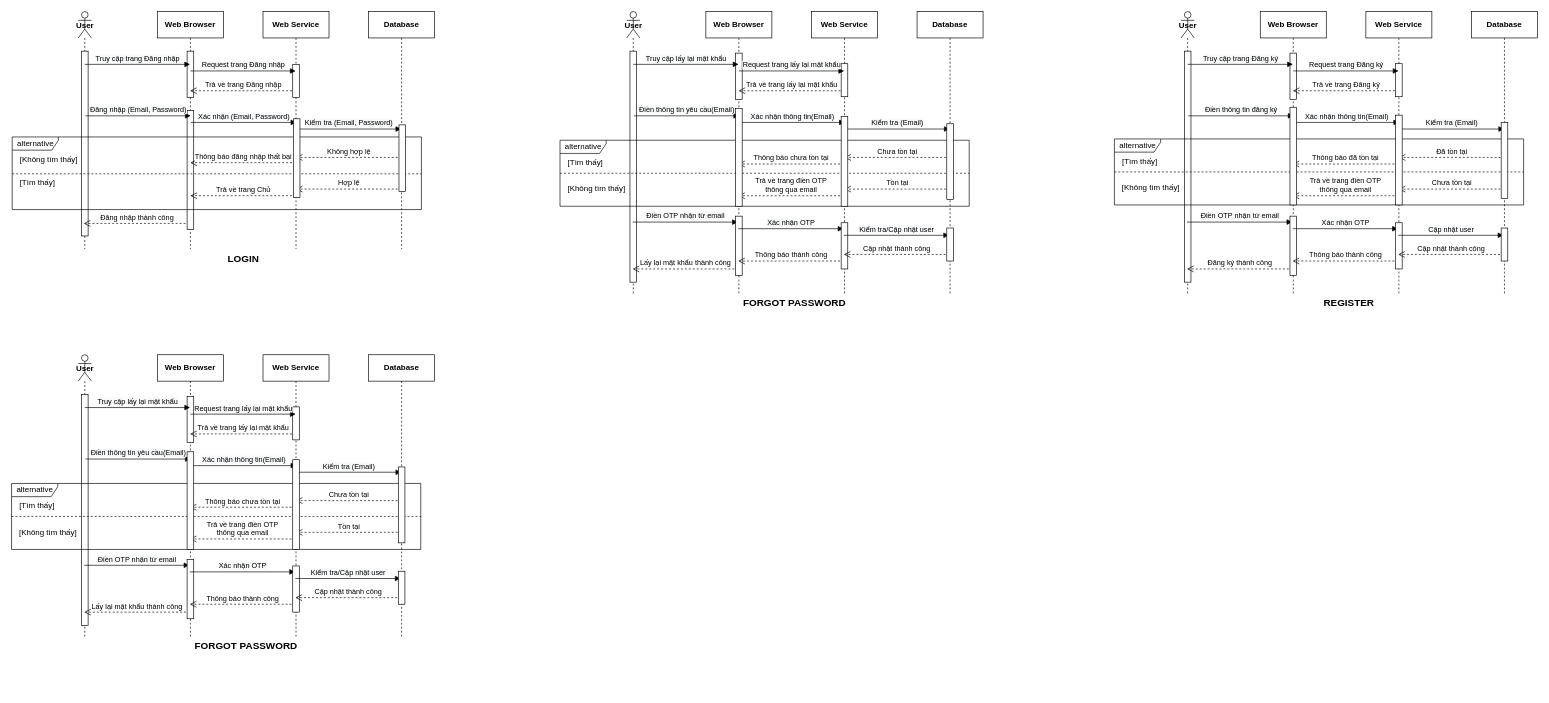
Before: page "Sequence Diagram" (6 of 8) of ToeicTestSystemManagementProjectDiagram.drawio in SangSama/ToeicTestSystemManagementProject, a draw.io diagram. Source tidied: cells renumbered, new cells numbered last; positions are measured from the earlier drawing's top-left corner, leaving out a move shared by most shapes. Both pictures are drawn from the tidied source at 66%, with x=0, y=0 at pixel (11, 11).
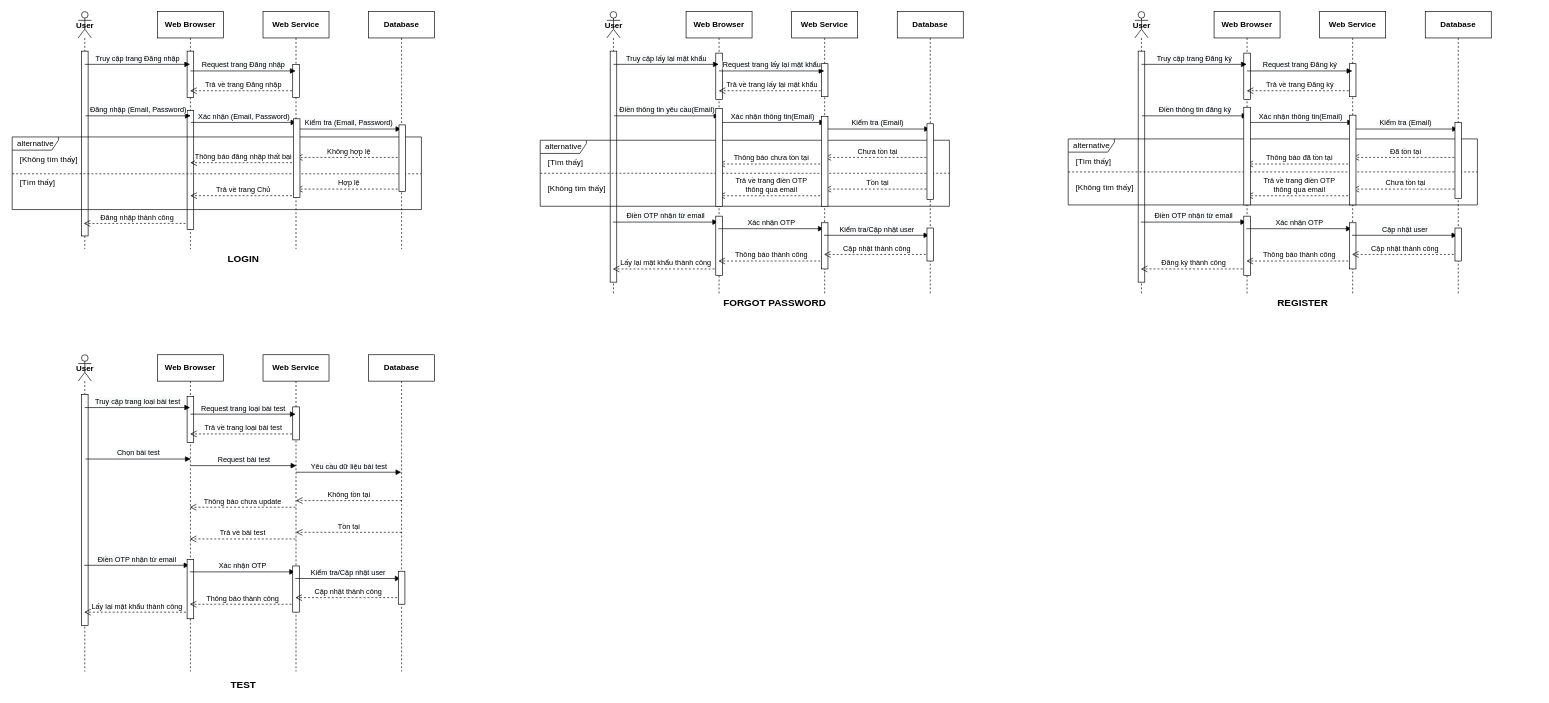
Above is the later version.

What changed in the source:
```diff
@@
     <mxCell id="30" style="shape=umlLifeline;participant=umlActor;perimeter=lifelinePerimeter;whiteSpace=wrap;html=1;verticalAlign=top;spacingTop=36;" parent="1" vertex="1">
-      <mxGeometry x="101" y="520" width="20" height="430" as="geometry" />
+      <mxGeometry x="101" y="520" width="20" height="480" as="geometry" />
     </mxCell>
@@
     <mxCell id="32" value="Web Browser" style="shape=umlLifeline;perimeter=lifelinePerimeter;whiteSpace=wrap;html=1;outlineConnect=0;fontStyle=1;" parent="1" vertex="1">
-      <mxGeometry x="221" y="520" width="100" height="430" as="geometry" />
+      <mxGeometry x="221" y="520" width="100" height="480" as="geometry" />
     </mxCell>
@@
     <mxCell id="37" value="Web Service" style="shape=umlLifeline;perimeter=lifelinePerimeter;whiteSpace=wrap;html=1;outlineConnect=0;fontStyle=1;" parent="1" vertex="1">
-      <mxGeometry x="381" y="520" width="100" height="430" as="geometry" />
+      <mxGeometry x="381" y="520" width="100" height="480" as="geometry" />
     </mxCell>
-    <mxCell id="38" value="Trả về trang lấy lại mật khẩu" style="html=1;verticalAlign=bottom;endArrow=open;dashed=1;endSize=8;rounded=0;" parent="37" edge="1" target="32">
+    <mxCell id="38" value="Trả về trang loại bài test" style="html=1;verticalAlign=bottom;endArrow=open;dashed=1;endSize=8;rounded=0;" parent="37" edge="1" target="32">
       <mxGeometry relative="1" as="geometry">
         <mxPoint x="50" y="120" as="sourcePoint" />
       </mxGeometry>
     </mxCell>
-    <mxCell id="39" value="Trả về trang điền OTP &lt;br&gt;thông qua email" style="html=1;verticalAlign=bottom;endArrow=open;dashed=1;endSize=8;rounded=0;" parent="37" edge="1">
+    <mxCell id="39" value="Trả về bài test" style="html=1;verticalAlign=bottom;endArrow=open;dashed=1;endSize=8;rounded=0;" parent="37" edge="1">
       <mxGeometry relative="1" as="geometry">
         <mxPoint x="49.2" y="279.1" as="sourcePoint" />
         <mxPoint x="-111" y="279.1" as="targetPoint" />
       </mxGeometry>
     </mxCell>
@@
     <mxCell id="44" value="Database" style="shape=umlLifeline;perimeter=lifelinePerimeter;whiteSpace=wrap;html=1;fontStyle=1;" parent="1" vertex="1">
-      <mxGeometry x="541" y="520" width="100" height="430" as="geometry" />
+      <mxGeometry x="541" y="520" width="100" height="480" as="geometry" />
     </mxCell>
@@
-    <mxCell id="49" value="&lt;span style=&quot;background-color: rgb(248 , 249 , 250)&quot;&gt;Truy cập lấy lại mật khẩu&lt;/span&gt;" style="html=1;verticalAlign=bottom;endArrow=block;rounded=0;" parent="1" edge="1" target="32">
+    <mxCell id="49" value="&lt;span style=&quot;background-color: rgb(248 , 249 , 250)&quot;&gt;Truy cập trang loại bài test&lt;/span&gt;" style="html=1;verticalAlign=bottom;endArrow=block;rounded=0;" parent="1" edge="1" target="32">
       <mxGeometry relative="1" as="geometry">
         <mxPoint x="111" y="600" as="sourcePoint" />
       </mxGeometry>
     </mxCell>
-    <mxCell id="50" value="&lt;span style=&quot;background-color: rgb(248 , 249 , 250)&quot;&gt;Request trang lấy lại mật khẩu&lt;/span&gt;" style="html=1;verticalAlign=bottom;endArrow=block;rounded=0;" parent="1" edge="1" target="37">
+    <mxCell id="50" value="&lt;span style=&quot;background-color: rgb(248 , 249 , 250)&quot;&gt;Request trang loại bài test&lt;/span&gt;" style="html=1;verticalAlign=bottom;endArrow=block;rounded=0;" parent="1" edge="1" target="37">
       <mxGeometry relative="1" as="geometry">
         <mxPoint x="271" y="610" as="sourcePoint" />
       </mxGeometry>
     </mxCell>
-    <mxCell id="51" value="&lt;span style=&quot;background-color: rgb(248 , 249 , 250)&quot;&gt;Điền thông tin yêu cầu(Email)&lt;/span&gt;" style="html=1;verticalAlign=bottom;endArrow=block;rounded=0;" parent="1" edge="1">
+    <mxCell id="51" value="&lt;span style=&quot;background-color: rgb(248 , 249 , 250)&quot;&gt;Chọn bài test&lt;/span&gt;" style="html=1;verticalAlign=bottom;endArrow=block;rounded=0;" parent="1" edge="1">
       <mxGeometry relative="1" as="geometry">
         <mxPoint x="112" y="678" as="sourcePoint" />
         <mxPoint x="271.5" y="678" as="targetPoint" />
       </mxGeometry>
     </mxCell>
-    <mxCell id="52" value="&lt;span style=&quot;background-color: rgb(248 , 249 , 250)&quot;&gt;Xác nhận thông tin(Email)&lt;/span&gt;" style="html=1;verticalAlign=bottom;endArrow=block;rounded=0;" parent="1" edge="1">
+    <mxCell id="52" value="&lt;span style=&quot;background-color: rgb(248 , 249 , 250)&quot;&gt;Request bài test&lt;/span&gt;" style="html=1;verticalAlign=bottom;endArrow=block;rounded=0;" parent="1" edge="1">
       <mxGeometry relative="1" as="geometry">
         <mxPoint x="272" y="688" as="sourcePoint" />
         <mxPoint x="431.5" y="688" as="targetPoint" />
       </mxGeometry>
     </mxCell>
-    <mxCell id="53" value="&lt;span style=&quot;background-color: rgb(248 , 249 , 250)&quot;&gt;Kiểm tra (Email)&lt;/span&gt;" style="html=1;verticalAlign=bottom;endArrow=block;rounded=0;" parent="1" edge="1">
+    <mxCell id="53" value="&lt;span style=&quot;background-color: rgb(248 , 249 , 250)&quot;&gt;Yêu cầu dữ liệu bài test&lt;/span&gt;" style="html=1;verticalAlign=bottom;endArrow=block;rounded=0;" parent="1" edge="1">
       <mxGeometry relative="1" as="geometry">
         <mxPoint x="431" y="698" as="sourcePoint" />
         <mxPoint x="590.5" y="698" as="targetPoint" />
       </mxGeometry>
     </mxCell>
-    <mxCell id="54" value="Chưa tồn tại" style="html=1;verticalAlign=bottom;endArrow=open;dashed=1;endSize=8;rounded=0;" parent="1" edge="1">
+    <mxCell id="54" value="Không tồn tại" style="html=1;verticalAlign=bottom;endArrow=open;dashed=1;endSize=8;rounded=0;" parent="1" edge="1">
       <mxGeometry relative="1" as="geometry">
         <mxPoint x="591" y="741" as="sourcePoint" />
         <mxPoint x="430.8" y="741" as="targetPoint" />
       </mxGeometry>
     </mxCell>
@@
-    <mxCell id="56" value="&lt;b&gt;&lt;font style=&quot;font-size: 15px&quot;&gt;FORGOT PASSWORD&lt;/font&gt;&lt;/b&gt;" style="text;html=1;align=center;verticalAlign=middle;strokeColor=none;fillColor=none;" parent="1" vertex="1">
-      <mxGeometry x="270" y="950" width="170" height="20" as="geometry" />
+    <mxCell id="56" value="&lt;b&gt;&lt;font style=&quot;font-size: 15px&quot;&gt;TEST&lt;/font&gt;&lt;/b&gt;" style="text;html=1;align=center;verticalAlign=middle;strokeColor=none;fillColor=none;" parent="1" vertex="1">
+      <mxGeometry x="326" y="1010" width="50" height="20" as="geometry" />
     </mxCell>
-    <mxCell id="57" value="Thông báo chưa tồn tại" style="html=1;verticalAlign=bottom;endArrow=open;dashed=1;endSize=8;rounded=0;" parent="1" edge="1">
+    <mxCell id="57" value="Thông báo chưa update" style="html=1;verticalAlign=bottom;endArrow=open;dashed=1;endSize=8;rounded=0;" parent="1" edge="1">
       <mxGeometry relative="1" as="geometry">
         <mxPoint x="430.2" y="751" as="sourcePoint" />
         <mxPoint x="270" y="751" as="targetPoint" />
       </mxGeometry>
     </mxCell>
-    <mxCell id="58" value="alternative" style="shape=umlFrame;tabWidth=110;tabHeight=30;tabPosition=left;html=1;boundedLbl=1;labelInHeader=1;width=70;height=20;" parent="1" vertex="1">
-      <mxGeometry y="715" width="620" height="100" as="geometry" />
-    </mxCell>
-    <mxCell id="59" value="[Tìm thấy]" style="text;" parent="58" vertex="1">
-      <mxGeometry width="100" height="20" relative="1" as="geometry">
-        <mxPoint x="10" y="20" as="offset" />
-      </mxGeometry>
-    </mxCell>
-    <mxCell id="60" style="line;strokeWidth=1;dashed=1;labelPosition=center;verticalLabelPosition=bottom;align=left;verticalAlign=top;spacingLeft=20;spacingTop=15;" parent="58" vertex="1">
-      <mxGeometry width="620" height="100" as="geometry" />
-    </mxCell>
-    <mxCell id="61" value="[Không tìm thấy]" style="text;" parent="58" vertex="1">
-      <mxGeometry x="9.8" y="60" width="98.4" height="20" as="geometry" />
-    </mxCell>
-    <mxCell id="62" style="html=1;perimeter=orthogonalPerimeter;fontSize=15;" parent="58" vertex="1">
-      <mxGeometry x="266" y="-48" width="10" height="148" as="geometry" />
-    </mxCell>
-    <mxCell id="63" style="html=1;perimeter=orthogonalPerimeter;fontSize=15;" parent="58" vertex="1">
-      <mxGeometry x="426" y="-36" width="10" height="136" as="geometry" />
-    </mxCell>
-    <mxCell id="64" style="html=1;perimeter=orthogonalPerimeter;fontSize=15;" parent="58" vertex="1">
-      <mxGeometry x="586" y="-25" width="10" height="115" as="geometry" />
-    </mxCell>
     <mxCell id="65" style="group;" parent="1" vertex="1">
-      <mxGeometry x="831" width="641" height="450" as="geometry" />
+      <mxGeometry x="801" width="641" height="450" as="geometry" />
     </mxCell>
@@
     <mxCell id="101" style="group;" parent="1" vertex="1">
-      <mxGeometry x="1671" width="641" height="450" as="geometry" />
+      <mxGeometry x="1601" width="641" height="450" as="geometry" />
     </mxCell>
```
